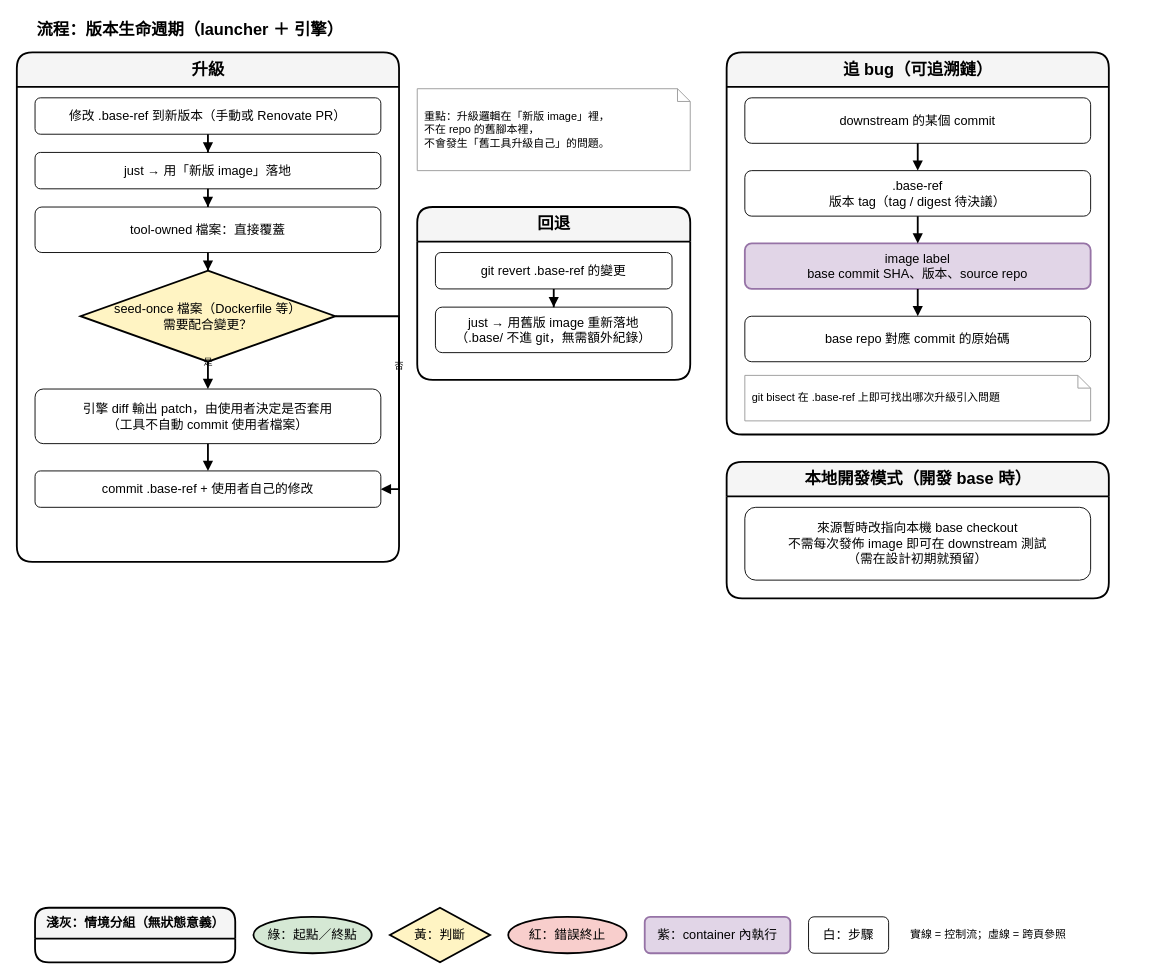
This is page "3. 流程：版本生命週期" (3 of 4) of dist_distribution.drawio from ycpss91255-research/vendor_kit, a draw.io file, before an edit. Source tidied: cells renumbered, new cells numbered last; positions are measured from the earlier drawing's top-left corner, leaving out a move shared by most shapes. Both pictures are drawn from the tidied source at 91%, with x=0, y=0 at pixel (16, 15).
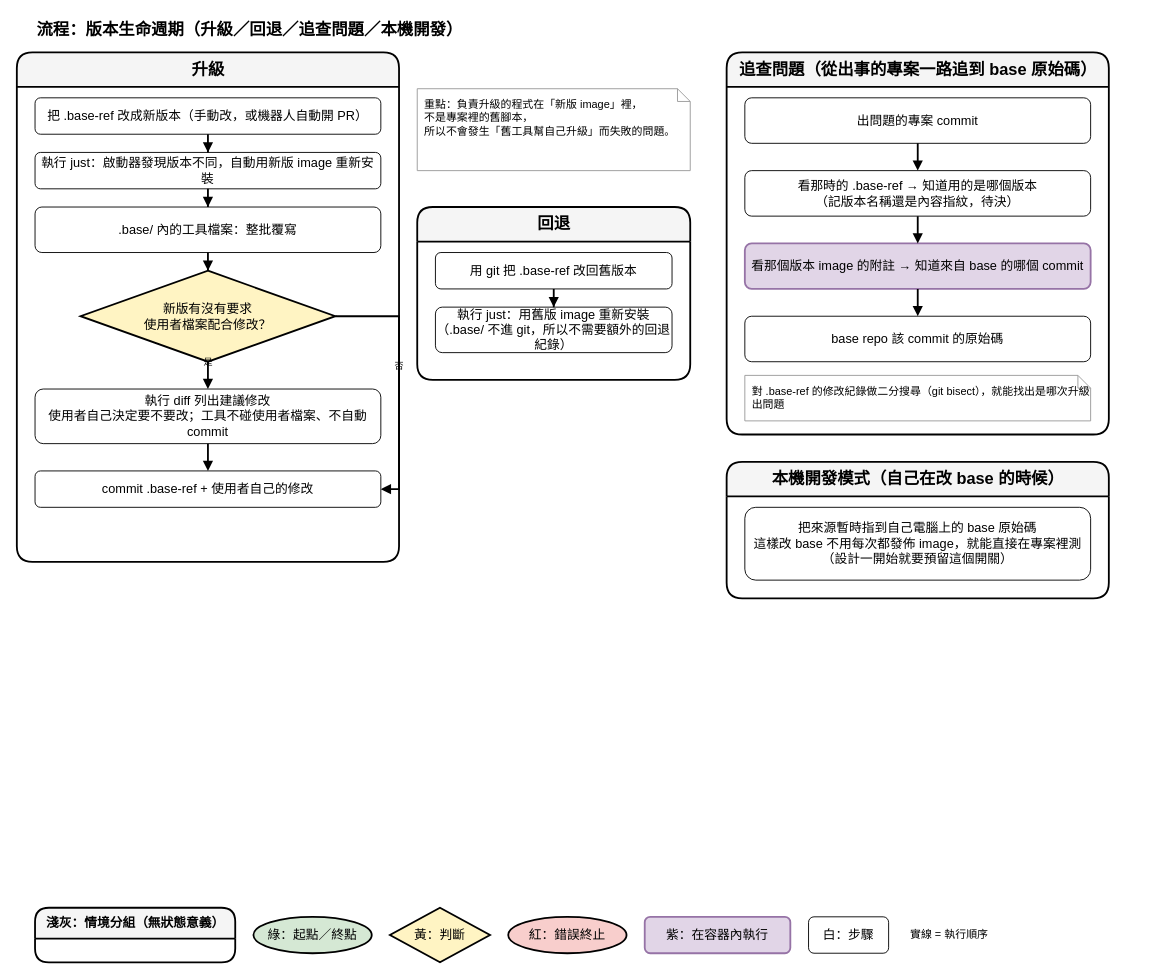
The same diagram, later.

The change refers to these unchanged cells:
```xml
<mxCell id="3" value="升級" style="swimlane;html=1;rounded=1;startSize=38;fontStyle=1;fontSize=18;fillColor=#f5f5f5;swimlaneFillColor=#ffffff;strokeColor=#000000;strokeWidth=2;" parent="1" vertex="1">
  <mxGeometry y="40" width="420" height="560" as="geometry" />
</mxCell>
<mxCell id="17" value="回退" style="swimlane;html=1;rounded=1;startSize=38;fontStyle=1;fontSize=18;fillColor=#f5f5f5;swimlaneFillColor=#ffffff;strokeColor=#000000;strokeWidth=2;" parent="1" vertex="1">
  <mxGeometry x="440" y="210" width="300" height="190" as="geometry" />
</mxCell>
```

What changed in the source:
```diff
@@
-    <mxCell id="2" value="流程：版本生命週期（launcher ＋ 引擎）" style="text;html=1;fontSize=18;fontStyle=1;align=left;verticalAlign=middle;" parent="1" vertex="1">
+    <mxCell id="2" value="流程：版本生命週期（升級／回退／追查問題／本機開發）" style="text;html=1;fontSize=18;fontStyle=1;align=left;verticalAlign=middle;" parent="1" vertex="1">
       <mxGeometry x="20" width="700" height="30" as="geometry" />
     </mxCell>
@@
-    <mxCell id="4" value="修改 .base-ref 到新版本（手動或 Renovate PR）" style="rounded=1;whiteSpace=wrap;html=1;fillColor=#ffffff;strokeColor=light-dark(#000000,#9577A3);fontSize=14;strokeWidth=1;" parent="3" vertex="1">
+    <mxCell id="4" value="把 .base-ref 改成新版本（手動改，或機器人自動開 PR）" style="rounded=1;whiteSpace=wrap;html=1;fillColor=#ffffff;strokeColor=light-dark(#000000,#9577A3);fontSize=14;strokeWidth=1;" parent="3" vertex="1">
       <mxGeometry x="20" y="50" width="380" height="40" as="geometry" />
     </mxCell>
-    <mxCell id="5" value="just → 用「新版 image」落地" style="rounded=1;whiteSpace=wrap;html=1;fillColor=#ffffff;strokeColor=light-dark(#000000,#9577A3);fontSize=14;strokeWidth=1;" parent="3" vertex="1">
+    <mxCell id="5" value="執行 just：啟動器發現版本不同，自動用新版 image 重新安裝" style="rounded=1;whiteSpace=wrap;html=1;fillColor=#ffffff;strokeColor=light-dark(#000000,#9577A3);fontSize=14;strokeWidth=1;" parent="3" vertex="1">
       <mxGeometry x="20" y="110" width="380" height="40" as="geometry" />
     </mxCell>
-    <mxCell id="6" value="tool-owned 檔案：直接覆蓋" style="rounded=1;whiteSpace=wrap;html=1;fillColor=#ffffff;strokeColor=light-dark(#000000,#9577A3);fontSize=14;strokeWidth=1;" parent="3" vertex="1">
+    <mxCell id="6" value=".base/ 內的工具檔案：整批覆寫" style="rounded=1;whiteSpace=wrap;html=1;fillColor=#ffffff;strokeColor=light-dark(#000000,#9577A3);fontSize=14;strokeWidth=1;" parent="3" vertex="1">
       <mxGeometry x="20" y="170" width="380" height="50" as="geometry" />
     </mxCell>
-    <mxCell id="7" value="seed-once 檔案（Dockerfile 等）&lt;br&gt;需要配合變更？" style="rhombus;whiteSpace=wrap;html=1;fillColor=#FFF4C3;strokeColor=#000000;strokeWidth=2;fontSize=14;" parent="3" vertex="1">
+    <mxCell id="7" value="新版有沒有要求&lt;br&gt;使用者檔案配合修改？" style="rhombus;whiteSpace=wrap;html=1;fillColor=#FFF4C3;strokeColor=#000000;strokeWidth=2;fontSize=14;" parent="3" vertex="1">
       <mxGeometry x="70" y="240" width="280" height="100" as="geometry" />
     </mxCell>
-    <mxCell id="8" value="引擎 diff 輸出 patch，由使用者決定是否套用&lt;br&gt;（工具不自動 commit 使用者檔案）" style="rounded=1;whiteSpace=wrap;html=1;fillColor=#ffffff;strokeColor=light-dark(#000000,#9577A3);fontSize=14;strokeWidth=1;" parent="3" vertex="1">
+    <mxCell id="8" value="執行 diff 列出建議修改&lt;br&gt;使用者自己決定要不要改；工具不碰使用者檔案、不自動 commit" style="rounded=1;whiteSpace=wrap;html=1;fillColor=#ffffff;strokeColor=light-dark(#000000,#9577A3);fontSize=14;strokeWidth=1;" parent="3" vertex="1">
       <mxGeometry x="20" y="370" width="380" height="60" as="geometry" />
     </mxCell>
@@
-    <mxCell id="16" value="重點：升級邏輯在「新版 image」裡，&lt;br&gt;不在 repo 的舊腳本裡，&lt;br&gt;不會發生「舊工具升級自己」的問題。" style="shape=note;whiteSpace=wrap;html=1;size=14;fillColor=#ffffff;strokeColor=#999999;align=left;spacingLeft=6;fontSize=12;" parent="1" vertex="1">
+    <mxCell id="16" value="重點：負責升級的程式在「新版 image」裡，&lt;br&gt;不是專案裡的舊腳本，&lt;br&gt;所以不會發生「舊工具幫自己升級」而失敗的問題。" style="shape=note;whiteSpace=wrap;html=1;size=14;fillColor=#ffffff;strokeColor=#999999;align=left;verticalAlign=top;spacingLeft=6;spacingTop=4;fontSize=12;" parent="1" vertex="1">
       <mxGeometry x="440" y="80" width="300" height="90" as="geometry" />
     </mxCell>
@@
-    <mxCell id="18" value="git revert .base-ref 的變更" style="rounded=1;whiteSpace=wrap;html=1;fillColor=#ffffff;strokeColor=light-dark(#000000,#9577A3);fontSize=14;strokeWidth=1;" parent="17" vertex="1">
+    <mxCell id="18" value="用 git 把 .base-ref 改回舊版本" style="rounded=1;whiteSpace=wrap;html=1;fillColor=#ffffff;strokeColor=light-dark(#000000,#9577A3);fontSize=14;strokeWidth=1;" parent="17" vertex="1">
       <mxGeometry x="20" y="50" width="260" height="40" as="geometry" />
     </mxCell>
-    <mxCell id="19" value="just → 用舊版 image 重新落地&lt;br&gt;（.base/ 不進 git，無需額外紀錄）" style="rounded=1;whiteSpace=wrap;html=1;fillColor=#ffffff;strokeColor=light-dark(#000000,#9577A3);fontSize=14;strokeWidth=1;" parent="17" vertex="1">
+    <mxCell id="19" value="執行 just：用舊版 image 重新安裝&lt;br&gt;（.base/ 不進 git，所以不需要額外的回退紀錄）" style="rounded=1;whiteSpace=wrap;html=1;fillColor=#ffffff;strokeColor=light-dark(#000000,#9577A3);fontSize=14;strokeWidth=1;" parent="17" vertex="1">
       <mxGeometry x="20" y="110" width="260" height="50" as="geometry" />
     </mxCell>
@@
-    <mxCell id="21" value="追 bug（可追溯鏈）" style="swimlane;html=1;rounded=1;startSize=38;fontStyle=1;fontSize=18;fillColor=#f5f5f5;swimlaneFillColor=#ffffff;strokeColor=#000000;strokeWidth=2;" parent="1" vertex="1">
+    <mxCell id="21" value="追查問題（從出事的專案一路追到 base 原始碼）" style="swimlane;html=1;rounded=1;startSize=38;fontStyle=1;fontSize=18;fillColor=#f5f5f5;swimlaneFillColor=#ffffff;strokeColor=#000000;strokeWidth=2;" parent="1" vertex="1">
       <mxGeometry x="780" y="40" width="420" height="420" as="geometry" />
     </mxCell>
-    <mxCell id="22" value="downstream 的某個 commit" style="rounded=1;whiteSpace=wrap;html=1;fillColor=#ffffff;strokeColor=light-dark(#000000,#9577A3);fontSize=14;strokeWidth=1;" parent="21" vertex="1">
+    <mxCell id="22" value="出問題的專案 commit" style="rounded=1;whiteSpace=wrap;html=1;fillColor=#ffffff;strokeColor=light-dark(#000000,#9577A3);fontSize=14;strokeWidth=1;" parent="21" vertex="1">
       <mxGeometry x="20" y="50" width="380" height="50" as="geometry" />
     </mxCell>
-    <mxCell id="23" value=".base-ref&lt;br&gt;版本 tag（tag / digest 待決議）" style="rounded=1;whiteSpace=wrap;html=1;fillColor=#ffffff;strokeColor=light-dark(#000000,#9577A3);fontSize=14;strokeWidth=1;" parent="21" vertex="1">
+    <mxCell id="23" value="看那時的 .base-ref → 知道用的是哪個版本&lt;br&gt;（記版本名稱還是內容指紋，待決）" style="rounded=1;whiteSpace=wrap;html=1;fillColor=#ffffff;strokeColor=light-dark(#000000,#9577A3);fontSize=14;strokeWidth=1;" parent="21" vertex="1">
       <mxGeometry x="20" y="130" width="380" height="50" as="geometry" />
     </mxCell>
-    <mxCell id="24" value="image label&lt;br&gt;base commit SHA、版本、source repo" style="rounded=1;whiteSpace=wrap;html=1;fillColor=#e1d5e7;strokeColor=#9673a6;fontSize=14;strokeWidth=2;" parent="21" vertex="1">
+    <mxCell id="24" value="看那個版本 image 的附註 → 知道來自 base 的哪個 commit" style="rounded=1;whiteSpace=wrap;html=1;fillColor=#e1d5e7;strokeColor=#9673a6;fontSize=14;strokeWidth=2;" parent="21" vertex="1">
       <mxGeometry x="20" y="210" width="380" height="50" as="geometry" />
     </mxCell>
-    <mxCell id="25" value="base repo 對應 commit 的原始碼" style="rounded=1;whiteSpace=wrap;html=1;fillColor=#ffffff;strokeColor=light-dark(#000000,#9577A3);fontSize=14;strokeWidth=1;" parent="21" vertex="1">
+    <mxCell id="25" value="base repo 該 commit 的原始碼" style="rounded=1;whiteSpace=wrap;html=1;fillColor=#ffffff;strokeColor=light-dark(#000000,#9577A3);fontSize=14;strokeWidth=1;" parent="21" vertex="1">
       <mxGeometry x="20" y="290" width="380" height="50" as="geometry" />
     </mxCell>
-    <mxCell id="26" value="git bisect 在 .base-ref 上即可找出哪次升級引入問題" style="shape=note;whiteSpace=wrap;html=1;size=14;fillColor=#ffffff;strokeColor=#999999;align=left;spacingLeft=6;fontSize=12;" parent="21" vertex="1">
+    <mxCell id="26" value="對 .base-ref 的修改紀錄做二分搜尋（git bisect），就能找出是哪次升級出問題" style="shape=note;whiteSpace=wrap;html=1;size=14;fillColor=#ffffff;strokeColor=#999999;align=left;verticalAlign=top;spacingLeft=6;spacingTop=4;fontSize=12;" parent="21" vertex="1">
       <mxGeometry x="20" y="355" width="380" height="50" as="geometry" />
     </mxCell>
@@
-    <mxCell id="30" value="本地開發模式（開發 base 時）" style="swimlane;html=1;rounded=1;startSize=38;fontStyle=1;fontSize=18;fillColor=#f5f5f5;swimlaneFillColor=#ffffff;strokeColor=#000000;strokeWidth=2;" parent="1" vertex="1">
+    <mxCell id="30" value="本機開發模式（自己在改 base 的時候）" style="swimlane;html=1;rounded=1;startSize=38;fontStyle=1;fontSize=18;fillColor=#f5f5f5;swimlaneFillColor=#ffffff;strokeColor=#000000;strokeWidth=2;" parent="1" vertex="1">
       <mxGeometry x="780" y="490" width="420" height="150" as="geometry" />
     </mxCell>
-    <mxCell id="31" value="來源暫時改指向本機 base checkout&lt;br&gt;不需每次發佈 image 即可在 downstream 測試&lt;br&gt;（需在設計初期就預留）" style="rounded=1;whiteSpace=wrap;html=1;fillColor=#ffffff;strokeColor=light-dark(#000000,#9577A3);fontSize=14;strokeWidth=1;" parent="30" vertex="1">
+    <mxCell id="31" value="把來源暫時指到自己電腦上的 base 原始碼&lt;br&gt;這樣改 base 不用每次都發佈 image，就能直接在專案裡測&lt;br&gt;（設計一開始就要預留這個開關）" style="rounded=1;whiteSpace=wrap;html=1;fillColor=#ffffff;strokeColor=light-dark(#000000,#9577A3);fontSize=14;strokeWidth=1;" parent="30" vertex="1">
       <mxGeometry x="20" y="50" width="380" height="80" as="geometry" />
     </mxCell>
@@
-    <mxCell id="36" value="紫：container 內執行" style="rounded=1;whiteSpace=wrap;html=1;fillColor=#e1d5e7;strokeColor=#9673a6;fontSize=14;strokeWidth=2;" parent="1" vertex="1">
+    <mxCell id="36" value="紫：在容器內執行" style="rounded=1;whiteSpace=wrap;html=1;fillColor=#e1d5e7;strokeColor=#9673a6;fontSize=14;strokeWidth=2;" parent="1" vertex="1">
       <mxGeometry x="690" y="990" width="160" height="40" as="geometry" />
     </mxCell>
@@
-    <mxCell id="38" value="實線 = 控制流；虛線 = 跨頁參照" style="text;html=1;whiteSpace=wrap;align=center;verticalAlign=middle;fontSize=12;strokeColor=none;fillColor=none;align=left;" parent="1" vertex="1">
+    <mxCell id="38" value="實線 = 執行順序" style="text;html=1;whiteSpace=wrap;align=center;verticalAlign=middle;fontSize=12;strokeColor=none;fillColor=none;align=left;" parent="1" vertex="1">
       <mxGeometry x="980" y="980" width="260" height="60" as="geometry" />
     </mxCell>
```
